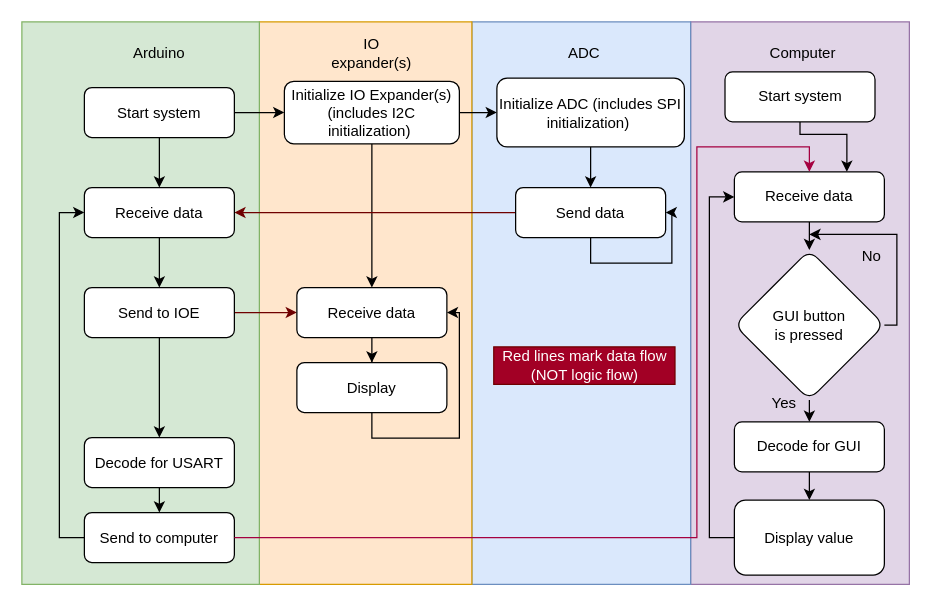
This is FC.drawio from NaLelqGoshkaFerarito/I2C_Project, a draw.io file, before an edit. Source tidied: cells renumbered, new cells numbered last; positions are measured from the earlier drawing's top-left corner, leaving out a move shared by most shapes. Both pictures are drawn from the tidied source at 125%, with x=0, y=0 at pixel (21, 21).
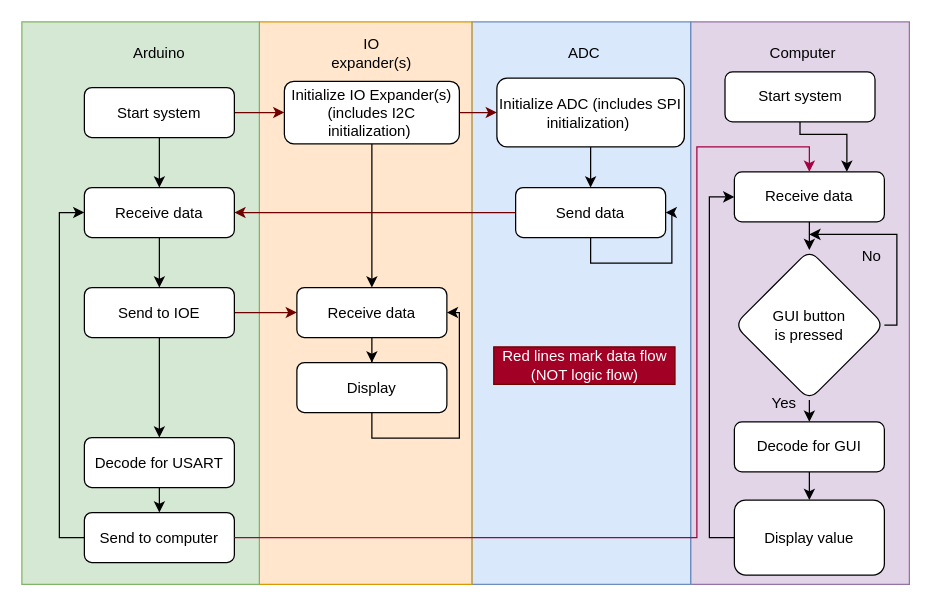
The same diagram, later.

Unchanged cells that the change refers to:
```xml
<mxCell id="21" value="Start system" style="rounded=1;whiteSpace=wrap;html=1;fontSize=12;glass=0;strokeWidth=1;shadow=0;" parent="1" vertex="1">
  <mxGeometry x="50" y="52.5" width="120" height="40" as="geometry" />
</mxCell>
<mxCell id="24" value="Initialize IO Expander(s) (includes I2C initialization)&amp;nbsp;" style="rounded=1;whiteSpace=wrap;html=1;fontSize=12;glass=0;strokeWidth=1;shadow=0;" parent="1" vertex="1">
  <mxGeometry x="210" y="47.5" width="140" height="50" as="geometry" />
</mxCell>
<mxCell id="26" value="Initialize ADC (includes SPI initialization)&amp;nbsp;" style="rounded=1;whiteSpace=wrap;html=1;fontSize=12;glass=0;strokeWidth=1;shadow=0;" parent="1" vertex="1">
  <mxGeometry x="380" y="45" width="150" height="55" as="geometry" />
</mxCell>
```

The edit, as a diff of the source:
```diff
@@
-    <mxCell id="19" style="edgeStyle=orthogonalEdgeStyle;rounded=0;jettySize=auto;html=1;" parent="1" edge="1" source="21" target="24">
+    <mxCell id="19" style="edgeStyle=orthogonalEdgeStyle;rounded=0;jettySize=auto;html=1;fillColor=#a20025;strokeColor=#6F0000;" parent="1" edge="1" source="21" target="24">
       <mxGeometry relative="1" as="geometry" />
     </mxCell>
@@
-    <mxCell id="22" style="edgeStyle=orthogonalEdgeStyle;rounded=0;jettySize=auto;html=1;" parent="1" edge="1" source="24" target="26">
+    <mxCell id="22" style="edgeStyle=orthogonalEdgeStyle;rounded=0;jettySize=auto;html=1;fillColor=#a20025;strokeColor=#6F0000;" parent="1" edge="1" source="24" target="26">
       <mxGeometry relative="1" as="geometry" />
     </mxCell>
```
